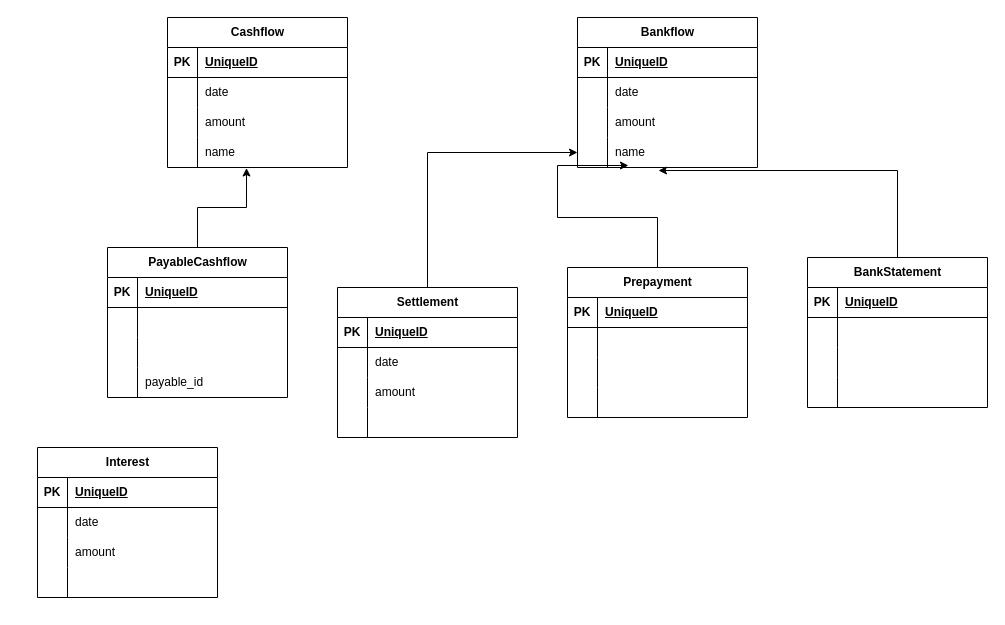
This is page "class diagram" (3 of 3) of diagram.drawio from sxbwjm/dianzi, a draw.io file, before an edit. Source tidied: cells renumbered, new cells numbered last; positions are measured from the earlier drawing's top-left corner, leaving out a move shared by most shapes. Both pictures are drawn from the tidied source at 100%, with x=0, y=0 at pixel (37, 17).
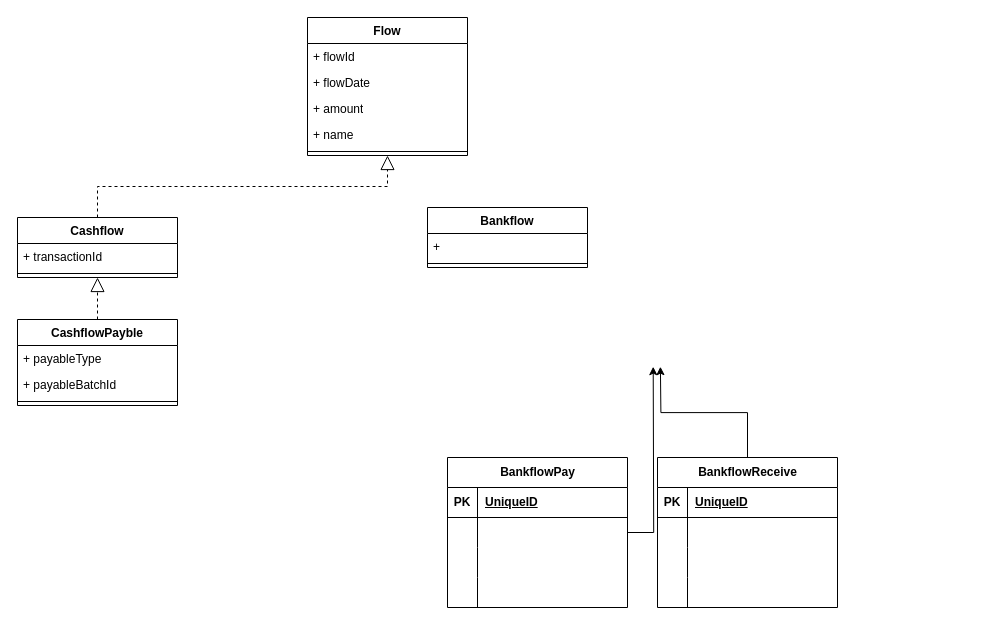
After the change.

Diff of the diagram source:
```diff
@@
-    <mxCell id="2" value="Cashflow" style="shape=table;startSize=30;childLayout=tableLayout;rowLines=0;fontStyle=1;align=center;html=1;" parent="1" vertex="1">
-      <mxGeometry x="130" width="180" height="150" as="geometry" />
-    </mxCell>
-    <mxCell id="3" style="shape=tableRow;horizontal=0;startSize=0;swimlaneHead=0;swimlaneBody=0;fillColor=none;top=0;left=0;right=0;bottom=1;" parent="2" vertex="1">
-      <mxGeometry y="30" width="180" height="30" as="geometry" />
-    </mxCell>
-    <mxCell id="4" value="PK" style="shape=partialRectangle;fillColor=none;top=0;left=0;bottom=0;right=0;fontStyle=1;overflow=hidden;whiteSpace=wrap;html=1;" parent="3" vertex="1">
-      <mxGeometry width="30" height="30" as="geometry" />
-    </mxCell>
-    <mxCell id="5" value="UniqueID" style="shape=partialRectangle;fillColor=none;top=0;left=0;bottom=0;right=0;align=left;spacingLeft=6;fontStyle=5;overflow=hidden;whiteSpace=wrap;html=1;" parent="3" vertex="1">
-      <mxGeometry x="30" width="150" height="30" as="geometry" />
-    </mxCell>
-    <mxCell id="6" style="shape=tableRow;horizontal=0;startSize=0;swimlaneHead=0;swimlaneBody=0;fillColor=none;top=0;left=0;right=0;bottom=0;" parent="2" vertex="1">
-      <mxGeometry y="60" width="180" height="30" as="geometry" />
-    </mxCell>
-    <mxCell id="7" style="shape=partialRectangle;fillColor=none;top=0;left=0;bottom=0;right=0;overflow=hidden;whiteSpace=wrap;html=1;" parent="6" vertex="1">
-      <mxGeometry width="30" height="30" as="geometry" />
-    </mxCell>
-    <mxCell id="8" value="date" style="shape=partialRectangle;fillColor=none;top=0;left=0;bottom=0;right=0;align=left;spacingLeft=6;overflow=hidden;whiteSpace=wrap;html=1;" parent="6" vertex="1">
-      <mxGeometry x="30" width="150" height="30" as="geometry" />
-    </mxCell>
-    <mxCell id="9" style="shape=tableRow;horizontal=0;startSize=0;swimlaneHead=0;swimlaneBody=0;fillColor=none;top=0;left=0;right=0;bottom=0;" parent="2" vertex="1">
-      <mxGeometry y="90" width="180" height="30" as="geometry" />
-    </mxCell>
-    <mxCell id="10" style="shape=partialRectangle;fillColor=none;top=0;left=0;bottom=0;right=0;overflow=hidden;whiteSpace=wrap;html=1;" parent="9" vertex="1">
-      <mxGeometry width="30" height="30" as="geometry" />
-    </mxCell>
-    <mxCell id="11" value="amount" style="shape=partialRectangle;fillColor=none;top=0;left=0;bottom=0;right=0;align=left;spacingLeft=6;overflow=hidden;whiteSpace=wrap;html=1;" parent="9" vertex="1">
-      <mxGeometry x="30" width="150" height="30" as="geometry" />
-    </mxCell>
-    <mxCell id="12" style="shape=tableRow;horizontal=0;startSize=0;swimlaneHead=0;swimlaneBody=0;fillColor=none;points=[[0,0.5],[1,0.5]];portConstraint=eastwest;top=0;left=0;right=0;bottom=0;" parent="2" vertex="1">
-      <mxGeometry y="120" width="180" height="30" as="geometry" />
-    </mxCell>
-    <mxCell id="13" style="shape=partialRectangle;fillColor=none;top=0;left=0;bottom=0;right=0;overflow=hidden;whiteSpace=wrap;html=1;" parent="12" vertex="1">
-      <mxGeometry width="30" height="30" as="geometry" />
-    </mxCell>
-    <mxCell id="14" value="name" style="shape=partialRectangle;fillColor=none;top=0;left=0;bottom=0;right=0;align=left;spacingLeft=6;overflow=hidden;whiteSpace=wrap;html=1;" parent="12" vertex="1">
-      <mxGeometry x="30" width="150" height="30" as="geometry" />
-    </mxCell>
-    <mxCell id="15" value="Settlement" style="shape=table;startSize=30;childLayout=tableLayout;rowLines=0;fontStyle=1;align=center;html=1;" parent="1" vertex="1">
-      <mxGeometry x="300" y="270" width="180" height="150" as="geometry" />
-    </mxCell>
-    <mxCell id="16" style="shape=tableRow;horizontal=0;startSize=0;swimlaneHead=0;swimlaneBody=0;fillColor=none;top=0;left=0;right=0;bottom=1;" parent="15" vertex="1">
-      <mxGeometry y="30" width="180" height="30" as="geometry" />
-    </mxCell>
-    <mxCell id="17" value="PK" style="shape=partialRectangle;fillColor=none;top=0;left=0;bottom=0;right=0;fontStyle=1;overflow=hidden;whiteSpace=wrap;html=1;" parent="16" vertex="1">
-      <mxGeometry width="30" height="30" as="geometry" />
-    </mxCell>
-    <mxCell id="18" value="UniqueID" style="shape=partialRectangle;fillColor=none;top=0;left=0;bottom=0;right=0;align=left;spacingLeft=6;fontStyle=5;overflow=hidden;whiteSpace=wrap;html=1;" parent="16" vertex="1">
-      <mxGeometry x="30" width="150" height="30" as="geometry" />
-    </mxCell>
-    <mxCell id="19" style="shape=tableRow;horizontal=0;startSize=0;swimlaneHead=0;swimlaneBody=0;fillColor=none;top=0;left=0;right=0;bottom=0;" parent="15" vertex="1">
-      <mxGeometry y="60" width="180" height="30" as="geometry" />
-    </mxCell>
-    <mxCell id="20" style="shape=partialRectangle;fillColor=none;top=0;left=0;bottom=0;right=0;overflow=hidden;whiteSpace=wrap;html=1;" parent="19" vertex="1">
-      <mxGeometry width="30" height="30" as="geometry" />
-    </mxCell>
-    <mxCell id="21" value="date" style="shape=partialRectangle;fillColor=none;top=0;left=0;bottom=0;right=0;align=left;spacingLeft=6;overflow=hidden;whiteSpace=wrap;html=1;" parent="19" vertex="1">
-      <mxGeometry x="30" width="150" height="30" as="geometry" />
-    </mxCell>
-    <mxCell id="22" style="shape=tableRow;horizontal=0;startSize=0;swimlaneHead=0;swimlaneBody=0;fillColor=none;top=0;left=0;right=0;bottom=0;" parent="15" vertex="1">
-      <mxGeometry y="90" width="180" height="30" as="geometry" />
-    </mxCell>
-    <mxCell id="23" style="shape=partialRectangle;fillColor=none;top=0;left=0;bottom=0;right=0;overflow=hidden;whiteSpace=wrap;html=1;" parent="22" vertex="1">
-      <mxGeometry width="30" height="30" as="geometry" />
-    </mxCell>
-    <mxCell id="24" value="amount" style="shape=partialRectangle;fillColor=none;top=0;left=0;bottom=0;right=0;align=left;spacingLeft=6;overflow=hidden;whiteSpace=wrap;html=1;" parent="22" vertex="1">
-      <mxGeometry x="30" width="150" height="30" as="geometry" />
-    </mxCell>
-    <mxCell id="25" style="shape=tableRow;horizontal=0;startSize=0;swimlaneHead=0;swimlaneBody=0;fillColor=none;top=0;left=0;right=0;bottom=0;" parent="15" vertex="1">
-      <mxGeometry y="120" width="180" height="30" as="geometry" />
-    </mxCell>
-    <mxCell id="26" style="shape=partialRectangle;fillColor=none;top=0;left=0;bottom=0;right=0;overflow=hidden;whiteSpace=wrap;html=1;" parent="25" vertex="1">
-      <mxGeometry width="30" height="30" as="geometry" />
-    </mxCell>
-    <mxCell id="27" style="shape=partialRectangle;fillColor=none;top=0;left=0;bottom=0;right=0;align=left;spacingLeft=6;overflow=hidden;whiteSpace=wrap;html=1;" parent="25" vertex="1">
-      <mxGeometry x="30" width="150" height="30" as="geometry" />
-    </mxCell>
-    <mxCell id="28" value="Prepayment" style="shape=table;startSize=30;childLayout=tableLayout;rowLines=0;fontStyle=1;align=center;html=1;" parent="1" vertex="1">
-      <mxGeometry x="530" y="250" width="180" height="150" as="geometry" />
+    <mxCell id="28" value="BankflowPay" style="shape=table;startSize=30;childLayout=tableLayout;rowLines=0;fontStyle=1;align=center;html=1;" parent="1" vertex="1">
+      <mxGeometry x="410" y="440" width="180" height="150" as="geometry" />
     </mxCell>
@@
-    <mxCell id="41" value="BankStatement" style="shape=table;startSize=30;childLayout=tableLayout;rowLines=0;fontStyle=1;align=center;html=1;" parent="1" vertex="1">
-      <mxGeometry x="770" y="240" width="180" height="150" as="geometry" />
+    <mxCell id="41" value="BankflowReceive" style="shape=table;startSize=30;childLayout=tableLayout;rowLines=0;fontStyle=1;align=center;html=1;" parent="1" vertex="1">
+      <mxGeometry x="620" y="440" width="180" height="150" as="geometry" />
     </mxCell>
@@
-    <mxCell id="54" value="PayableCashflow" style="shape=table;startSize=30;childLayout=tableLayout;rowLines=0;fontStyle=1;align=center;html=1;" parent="1" vertex="1">
-      <mxGeometry x="70" y="230" width="180" height="150" as="geometry" />
-    </mxCell>
-    <mxCell id="55" style="shape=tableRow;horizontal=0;startSize=0;swimlaneHead=0;swimlaneBody=0;fillColor=none;top=0;left=0;right=0;bottom=1;" parent="54" vertex="1">
-      <mxGeometry y="30" width="180" height="30" as="geometry" />
-    </mxCell>
-    <mxCell id="56" value="PK" style="shape=partialRectangle;fillColor=none;top=0;left=0;bottom=0;right=0;fontStyle=1;overflow=hidden;whiteSpace=wrap;html=1;" parent="55" vertex="1">
-      <mxGeometry width="30" height="30" as="geometry" />
-    </mxCell>
-    <mxCell id="57" value="UniqueID" style="shape=partialRectangle;fillColor=none;top=0;left=0;bottom=0;right=0;align=left;spacingLeft=6;fontStyle=5;overflow=hidden;whiteSpace=wrap;html=1;" parent="55" vertex="1">
-      <mxGeometry x="30" width="150" height="30" as="geometry" />
-    </mxCell>
-    <mxCell id="58" style="shape=tableRow;horizontal=0;startSize=0;swimlaneHead=0;swimlaneBody=0;fillColor=none;top=0;left=0;right=0;bottom=0;" parent="54" vertex="1">
-      <mxGeometry y="60" width="180" height="30" as="geometry" />
-    </mxCell>
-    <mxCell id="59" style="shape=partialRectangle;fillColor=none;top=0;left=0;bottom=0;right=0;overflow=hidden;whiteSpace=wrap;html=1;" parent="58" vertex="1">
-      <mxGeometry width="30" height="30" as="geometry" />
-    </mxCell>
-    <mxCell id="60" style="shape=partialRectangle;fillColor=none;top=0;left=0;bottom=0;right=0;align=left;spacingLeft=6;overflow=hidden;whiteSpace=wrap;html=1;" parent="58" vertex="1">
-      <mxGeometry x="30" width="150" height="30" as="geometry" />
-    </mxCell>
-    <mxCell id="61" style="shape=tableRow;horizontal=0;startSize=0;swimlaneHead=0;swimlaneBody=0;fillColor=none;top=0;left=0;right=0;bottom=0;" parent="54" vertex="1">
-      <mxGeometry y="90" width="180" height="30" as="geometry" />
-    </mxCell>
-    <mxCell id="62" style="shape=partialRectangle;fillColor=none;top=0;left=0;bottom=0;right=0;overflow=hidden;whiteSpace=wrap;html=1;" parent="61" vertex="1">
-      <mxGeometry width="30" height="30" as="geometry" />
-    </mxCell>
-    <mxCell id="63" style="shape=partialRectangle;fillColor=none;top=0;left=0;bottom=0;right=0;align=left;spacingLeft=6;overflow=hidden;whiteSpace=wrap;html=1;" parent="61" vertex="1">
-      <mxGeometry x="30" width="150" height="30" as="geometry" />
-    </mxCell>
-    <mxCell id="64" style="shape=tableRow;horizontal=0;startSize=0;swimlaneHead=0;swimlaneBody=0;fillColor=none;top=0;left=0;right=0;bottom=0;" parent="54" vertex="1">
-      <mxGeometry y="120" width="180" height="30" as="geometry" />
-    </mxCell>
-    <mxCell id="65" style="shape=partialRectangle;fillColor=none;top=0;left=0;bottom=0;right=0;overflow=hidden;whiteSpace=wrap;html=1;" parent="64" vertex="1">
-      <mxGeometry width="30" height="30" as="geometry" />
-    </mxCell>
-    <mxCell id="66" value="payable_id" style="shape=partialRectangle;fillColor=none;top=0;left=0;bottom=0;right=0;align=left;spacingLeft=6;overflow=hidden;whiteSpace=wrap;html=1;" parent="64" vertex="1">
-      <mxGeometry x="30" width="150" height="30" as="geometry" />
-    </mxCell>
-    <mxCell id="67" style="edgeStyle=orthogonalEdgeStyle;rounded=0;jettySize=auto;html=1;entryX=0.439;entryY=1.017;entryDx=0;entryDy=0;entryPerimeter=0;" parent="1" edge="1" source="54" target="12">
-      <mxGeometry relative="1" as="geometry" />
-    </mxCell>
-    <mxCell id="68" style="edgeStyle=orthogonalEdgeStyle;rounded=0;jettySize=auto;html=1;entryX=0.45;entryY=1.1;entryDx=0;entryDy=0;entryPerimeter=0;" parent="1" edge="1" source="41" target="94">
-      <mxGeometry relative="1" as="geometry" />
-    </mxCell>
-    <mxCell id="69" style="edgeStyle=orthogonalEdgeStyle;rounded=0;jettySize=auto;html=1;exitX=0.5;exitY=0;exitDx=0;exitDy=0;entryX=0.283;entryY=0.933;entryDx=0;entryDy=0;entryPerimeter=0;" parent="1" edge="1" source="28" target="94">
-      <mxGeometry relative="1" as="geometry" />
-    </mxCell>
-    <mxCell id="70" style="edgeStyle=orthogonalEdgeStyle;rounded=0;jettySize=auto;html=1;entryX=0;entryY=0.5;entryDx=0;entryDy=0;" parent="1" edge="1" source="15" target="94">
-      <mxGeometry relative="1" as="geometry" />
-    </mxCell>
-    <mxCell id="71" value="Interest" style="shape=table;startSize=30;childLayout=tableLayout;rowLines=0;fontStyle=1;align=center;html=1;" parent="1" vertex="1">
-      <mxGeometry y="430" width="180" height="150" as="geometry" />
-    </mxCell>
-    <mxCell id="72" style="shape=tableRow;horizontal=0;startSize=0;swimlaneHead=0;swimlaneBody=0;fillColor=none;top=0;left=0;right=0;bottom=1;" parent="71" vertex="1">
-      <mxGeometry y="30" width="180" height="30" as="geometry" />
-    </mxCell>
-    <mxCell id="73" value="PK" style="shape=partialRectangle;fillColor=none;top=0;left=0;bottom=0;right=0;fontStyle=1;overflow=hidden;whiteSpace=wrap;html=1;" parent="72" vertex="1">
-      <mxGeometry width="30" height="30" as="geometry" />
-    </mxCell>
-    <mxCell id="74" value="UniqueID" style="shape=partialRectangle;fillColor=none;top=0;left=0;bottom=0;right=0;align=left;spacingLeft=6;fontStyle=5;overflow=hidden;whiteSpace=wrap;html=1;" parent="72" vertex="1">
-      <mxGeometry x="30" width="150" height="30" as="geometry" />
-    </mxCell>
-    <mxCell id="75" style="shape=tableRow;horizontal=0;startSize=0;swimlaneHead=0;swimlaneBody=0;fillColor=none;top=0;left=0;right=0;bottom=0;" parent="71" vertex="1">
-      <mxGeometry y="60" width="180" height="30" as="geometry" />
-    </mxCell>
-    <mxCell id="76" style="shape=partialRectangle;fillColor=none;top=0;left=0;bottom=0;right=0;overflow=hidden;whiteSpace=wrap;html=1;" parent="75" vertex="1">
-      <mxGeometry width="30" height="30" as="geometry" />
-    </mxCell>
-    <mxCell id="77" value="date" style="shape=partialRectangle;fillColor=none;top=0;left=0;bottom=0;right=0;align=left;spacingLeft=6;overflow=hidden;whiteSpace=wrap;html=1;" parent="75" vertex="1">
-      <mxGeometry x="30" width="150" height="30" as="geometry" />
-    </mxCell>
-    <mxCell id="78" style="shape=tableRow;horizontal=0;startSize=0;swimlaneHead=0;swimlaneBody=0;fillColor=none;top=0;left=0;right=0;bottom=0;" parent="71" vertex="1">
-      <mxGeometry y="90" width="180" height="30" as="geometry" />
-    </mxCell>
-    <mxCell id="79" style="shape=partialRectangle;fillColor=none;top=0;left=0;bottom=0;right=0;overflow=hidden;whiteSpace=wrap;html=1;" parent="78" vertex="1">
-      <mxGeometry width="30" height="30" as="geometry" />
-    </mxCell>
-    <mxCell id="80" value="amount" style="shape=partialRectangle;fillColor=none;top=0;left=0;bottom=0;right=0;align=left;spacingLeft=6;overflow=hidden;whiteSpace=wrap;html=1;" parent="78" vertex="1">
-      <mxGeometry x="30" width="150" height="30" as="geometry" />
-    </mxCell>
-    <mxCell id="81" style="shape=tableRow;horizontal=0;startSize=0;swimlaneHead=0;swimlaneBody=0;fillColor=none;top=0;left=0;right=0;bottom=0;" parent="71" vertex="1">
-      <mxGeometry y="120" width="180" height="30" as="geometry" />
-    </mxCell>
-    <mxCell id="82" style="shape=partialRectangle;fillColor=none;top=0;left=0;bottom=0;right=0;overflow=hidden;whiteSpace=wrap;html=1;" parent="81" vertex="1">
-      <mxGeometry width="30" height="30" as="geometry" />
-    </mxCell>
-    <mxCell id="83" style="shape=partialRectangle;fillColor=none;top=0;left=0;bottom=0;right=0;align=left;spacingLeft=6;overflow=hidden;whiteSpace=wrap;html=1;" parent="81" vertex="1">
-      <mxGeometry x="30" width="150" height="30" as="geometry" />
-    </mxCell>
+    <mxCell id="97" style="edgeStyle=orthogonalEdgeStyle;rounded=0;jettySize=auto;html=1;entryX=0.516;entryY=0.973;entryDx=0;entryDy=0;entryPerimeter=0;" parent="1" edge="1" source="41">
+      <mxGeometry relative="1" as="geometry">
+        <mxPoint x="622.9" y="349.2" as="targetPoint" />
+      </mxGeometry>
+    </mxCell>
+    <mxCell id="98" style="edgeStyle=orthogonalEdgeStyle;rounded=0;jettySize=auto;html=1;entryX=0.476;entryY=0.973;entryDx=0;entryDy=0;entryPerimeter=0;" parent="1" edge="1" source="28">
+      <mxGeometry relative="1" as="geometry">
+        <mxPoint x="615.7" y="349.2" as="targetPoint" />
+      </mxGeometry>
+    </mxCell>
+    <mxCell id="99" value="Flow" style="swimlane;fontStyle=1;align=center;verticalAlign=top;horizontal=1;startSize=26;whiteSpace=wrap;html=1;" parent="1" vertex="1">
+      <mxGeometry x="270" width="160" height="138" as="geometry" />
+    </mxCell>
+    <mxCell id="100" value="+ flowId" style="text;strokeColor=none;fillColor=none;align=left;verticalAlign=top;spacingLeft=4;spacingRight=4;overflow=hidden;whiteSpace=wrap;html=1;" parent="99" vertex="1">
+      <mxGeometry y="26" width="160" height="26" as="geometry" />
+    </mxCell>
+    <mxCell id="101" value="+ flowDate" style="text;strokeColor=none;fillColor=none;align=left;verticalAlign=top;spacingLeft=4;spacingRight=4;overflow=hidden;whiteSpace=wrap;html=1;" parent="99" vertex="1">
+      <mxGeometry y="52" width="160" height="26" as="geometry" />
+    </mxCell>
+    <mxCell id="102" value="+ amount" style="text;strokeColor=none;fillColor=none;align=left;verticalAlign=top;spacingLeft=4;spacingRight=4;overflow=hidden;whiteSpace=wrap;html=1;" parent="99" vertex="1">
+      <mxGeometry y="78" width="160" height="26" as="geometry" />
+    </mxCell>
+    <mxCell id="103" value="+ name" style="text;strokeColor=none;fillColor=none;align=left;verticalAlign=top;spacingLeft=4;spacingRight=4;overflow=hidden;whiteSpace=wrap;html=1;" parent="99" vertex="1">
+      <mxGeometry y="104" width="160" height="26" as="geometry" />
+    </mxCell>
+    <mxCell id="104" style="line;strokeWidth=1;fillColor=none;align=left;verticalAlign=middle;spacingTop=-1;spacingLeft=3;spacingRight=3;labelPosition=right;strokeColor=inherit;" parent="99" vertex="1">
+      <mxGeometry y="130" width="160" height="8" as="geometry" />
+    </mxCell>
+    <mxCell id="2" value="Cashflow" style="swimlane;fontStyle=1;align=center;verticalAlign=top;horizontal=1;startSize=26;whiteSpace=wrap;html=1;" parent="1" vertex="1">
+      <mxGeometry x="-20" y="200" width="160" height="60" as="geometry" />
+    </mxCell>
+    <mxCell id="105" value="+ transactionId" style="text;strokeColor=none;fillColor=none;align=left;verticalAlign=top;spacingLeft=4;spacingRight=4;overflow=hidden;whiteSpace=wrap;html=1;" parent="2" vertex="1">
+      <mxGeometry y="26" width="160" height="26" as="geometry" />
+    </mxCell>
+    <mxCell id="106" style="line;strokeWidth=1;fillColor=none;align=left;verticalAlign=middle;spacingTop=-1;spacingLeft=3;spacingRight=3;labelPosition=right;strokeColor=inherit;" parent="2" vertex="1">
+      <mxGeometry y="52" width="160" height="8" as="geometry" />
+    </mxCell>
+    <mxCell id="107" style="endArrow=block;dashed=1;endFill=0;endSize=12;html=1;rounded=0;edgeStyle=orthogonalEdgeStyle;exitX=0.5;exitY=0;exitDx=0;exitDy=0;entryX=0.5;entryY=1;entryDx=0;entryDy=0;" parent="1" edge="1" source="2" target="99">
+      <mxGeometry relative="1" as="geometry" />
+    </mxCell>
-    <mxCell id="84" value="Bankflow" style="shape=table;startSize=30;childLayout=tableLayout;rowLines=0;fontStyle=1;align=center;html=1;" parent="1" vertex="1">
-      <mxGeometry x="540" width="180" height="150" as="geometry" />
+    <mxCell id="84" value="Bankflow" style="swimlane;fontStyle=1;align=center;verticalAlign=top;horizontal=1;startSize=26;whiteSpace=wrap;html=1;" parent="1" vertex="1">
+      <mxGeometry x="390" y="190" width="160" height="60" as="geometry" />
     </mxCell>
-    <mxCell id="85" style="shape=tableRow;horizontal=0;startSize=0;swimlaneHead=0;swimlaneBody=0;fillColor=none;top=0;left=0;right=0;bottom=1;" parent="84" vertex="1">
-      <mxGeometry y="30" width="180" height="30" as="geometry" />
-    </mxCell>
-    <mxCell id="86" value="PK" style="shape=partialRectangle;fillColor=none;top=0;left=0;bottom=0;right=0;fontStyle=1;overflow=hidden;whiteSpace=wrap;html=1;" parent="85" vertex="1">
-      <mxGeometry width="30" height="30" as="geometry" />
-    </mxCell>
-    <mxCell id="87" value="UniqueID" style="shape=partialRectangle;fillColor=none;top=0;left=0;bottom=0;right=0;align=left;spacingLeft=6;fontStyle=5;overflow=hidden;whiteSpace=wrap;html=1;" parent="85" vertex="1">
-      <mxGeometry x="30" width="150" height="30" as="geometry" />
-    </mxCell>
-    <mxCell id="88" style="shape=tableRow;horizontal=0;startSize=0;swimlaneHead=0;swimlaneBody=0;fillColor=none;top=0;left=0;right=0;bottom=0;" parent="84" vertex="1">
-      <mxGeometry y="60" width="180" height="30" as="geometry" />
-    </mxCell>
-    <mxCell id="89" style="shape=partialRectangle;fillColor=none;top=0;left=0;bottom=0;right=0;overflow=hidden;whiteSpace=wrap;html=1;" parent="88" vertex="1">
-      <mxGeometry width="30" height="30" as="geometry" />
-    </mxCell>
-    <mxCell id="90" value="date" style="shape=partialRectangle;fillColor=none;top=0;left=0;bottom=0;right=0;align=left;spacingLeft=6;overflow=hidden;whiteSpace=wrap;html=1;" parent="88" vertex="1">
-      <mxGeometry x="30" width="150" height="30" as="geometry" />
-    </mxCell>
-    <mxCell id="91" style="shape=tableRow;horizontal=0;startSize=0;swimlaneHead=0;swimlaneBody=0;fillColor=none;top=0;left=0;right=0;bottom=0;" parent="84" vertex="1">
-      <mxGeometry y="90" width="180" height="30" as="geometry" />
-    </mxCell>
-    <mxCell id="92" style="shape=partialRectangle;fillColor=none;top=0;left=0;bottom=0;right=0;overflow=hidden;whiteSpace=wrap;html=1;" parent="91" vertex="1">
-      <mxGeometry width="30" height="30" as="geometry" />
-    </mxCell>
-    <mxCell id="93" value="amount" style="shape=partialRectangle;fillColor=none;top=0;left=0;bottom=0;right=0;align=left;spacingLeft=6;overflow=hidden;whiteSpace=wrap;html=1;" parent="91" vertex="1">
-      <mxGeometry x="30" width="150" height="30" as="geometry" />
-    </mxCell>
-    <mxCell id="94" style="shape=tableRow;horizontal=0;startSize=0;swimlaneHead=0;swimlaneBody=0;fillColor=none;points=[[0,0.5],[1,0.5]];portConstraint=eastwest;top=0;left=0;right=0;bottom=0;" parent="84" vertex="1">
-      <mxGeometry y="120" width="180" height="30" as="geometry" />
-    </mxCell>
-    <mxCell id="95" style="shape=partialRectangle;fillColor=none;top=0;left=0;bottom=0;right=0;overflow=hidden;whiteSpace=wrap;html=1;" parent="94" vertex="1">
-      <mxGeometry width="30" height="30" as="geometry" />
-    </mxCell>
-    <mxCell id="96" value="name" style="shape=partialRectangle;fillColor=none;top=0;left=0;bottom=0;right=0;align=left;spacingLeft=6;overflow=hidden;whiteSpace=wrap;html=1;" parent="94" vertex="1">
-      <mxGeometry x="30" width="150" height="30" as="geometry" />
-    </mxCell>
+    <mxCell id="108" value="+&amp;nbsp;" style="text;strokeColor=none;fillColor=none;align=left;verticalAlign=top;spacingLeft=4;spacingRight=4;overflow=hidden;whiteSpace=wrap;html=1;" parent="84" vertex="1">
+      <mxGeometry y="26" width="160" height="26" as="geometry" />
+    </mxCell>
+    <mxCell id="109" style="line;strokeWidth=1;fillColor=none;align=left;verticalAlign=middle;spacingTop=-1;spacingLeft=3;spacingRight=3;labelPosition=right;strokeColor=inherit;" parent="84" vertex="1">
+      <mxGeometry y="52" width="160" height="8" as="geometry" />
+    </mxCell>
+    <mxCell id="110" value="CashflowPayble" style="swimlane;fontStyle=1;align=center;verticalAlign=top;horizontal=1;startSize=26;whiteSpace=wrap;html=1;" parent="1" vertex="1">
+      <mxGeometry x="-20" y="302" width="160" height="86" as="geometry" />
+    </mxCell>
+    <mxCell id="111" value="+&amp;nbsp;payableType" style="text;strokeColor=none;fillColor=none;align=left;verticalAlign=top;spacingLeft=4;spacingRight=4;overflow=hidden;whiteSpace=wrap;html=1;" parent="110" vertex="1">
+      <mxGeometry y="26" width="160" height="26" as="geometry" />
+    </mxCell>
+    <mxCell id="112" value="+ payableBatchId" style="text;strokeColor=none;fillColor=none;align=left;verticalAlign=top;spacingLeft=4;spacingRight=4;overflow=hidden;whiteSpace=wrap;html=1;" parent="110" vertex="1">
+      <mxGeometry y="52" width="160" height="26" as="geometry" />
+    </mxCell>
+    <mxCell id="113" style="line;strokeWidth=1;fillColor=none;align=left;verticalAlign=middle;spacingTop=-1;spacingLeft=3;spacingRight=3;labelPosition=right;strokeColor=inherit;" parent="110" vertex="1">
+      <mxGeometry y="78" width="160" height="8" as="geometry" />
+    </mxCell>
+    <mxCell id="114" style="endArrow=block;dashed=1;endFill=0;endSize=12;html=1;rounded=0;edgeStyle=orthogonalEdgeStyle;exitX=0.5;exitY=0;exitDx=0;exitDy=0;entryX=0.5;entryY=1;entryDx=0;entryDy=0;" parent="1" edge="1" source="110" target="2">
+      <mxGeometry relative="1" as="geometry" />
+    </mxCell>
```
